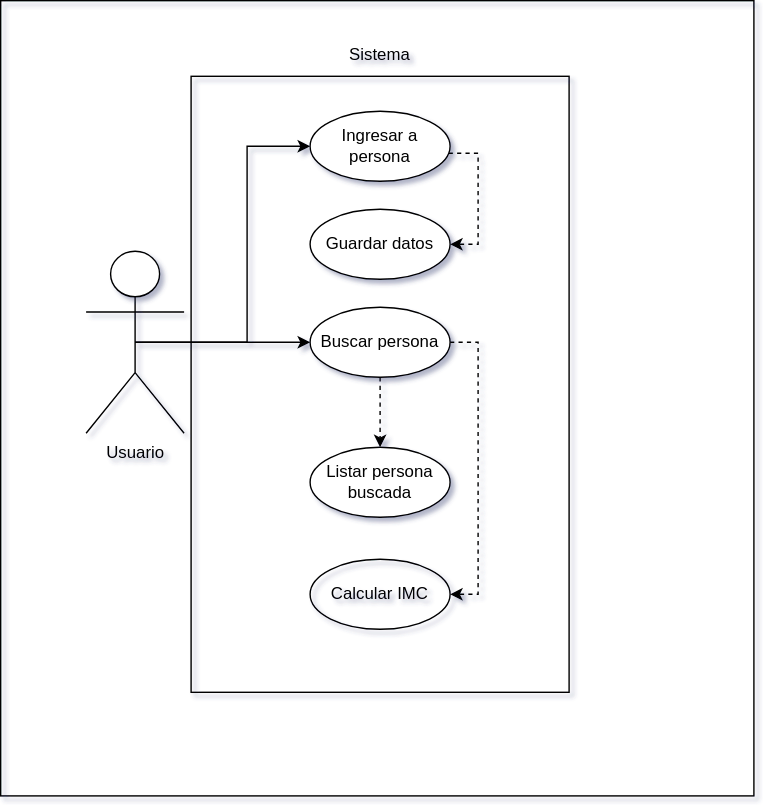
MaxIbanez/Taller1P1_MI_JC keeps this draw.io diagram as Diagramas/CasoDeUso.svg. Above is the earlier version. Source tidied: cells renumbered, new cells last; positions are measured from the earlier drawing's top-left corner, leaving out a move shared by most shapes.
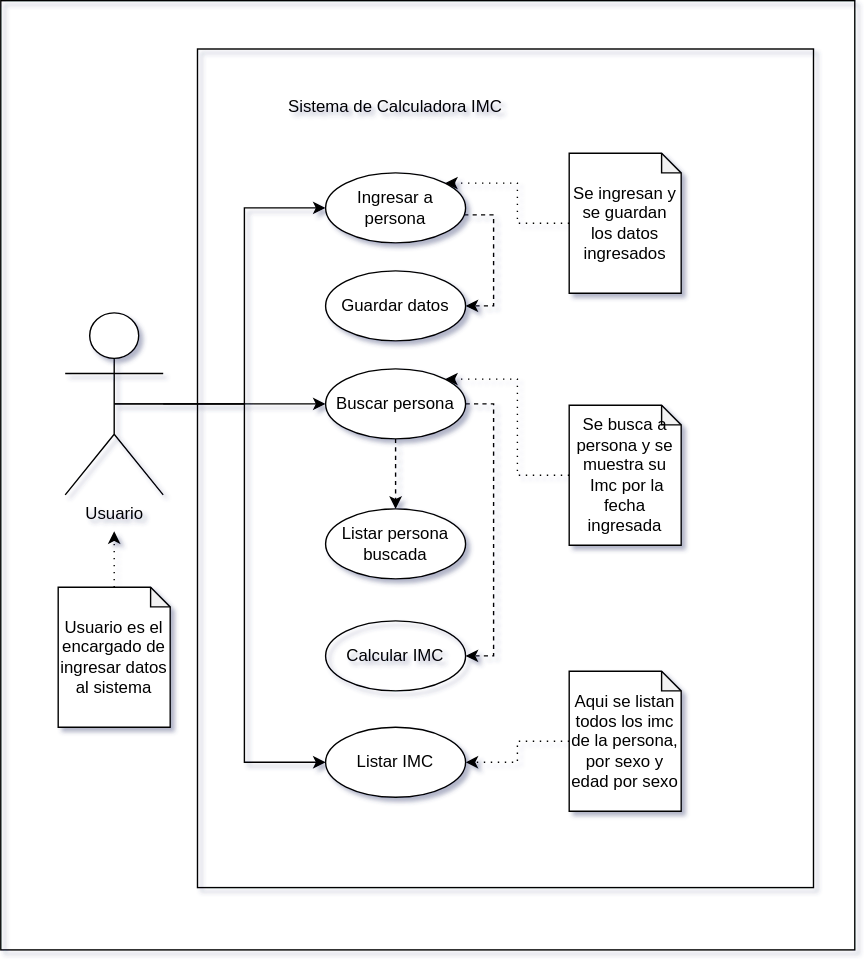
Later version of the same file.

What changed in the source:
```diff
@@ -8,8 +8,11 @@
     <mxCell id="3" style="edgeStyle=orthogonalEdgeStyle;rounded=0;jettySize=auto;html=1;exitX=0.5;exitY=0.5;exitDx=0;exitDy=0;exitPerimeter=0;entryX=0;entryY=0.5;entryDx=0;entryDy=0;" parent="1" edge="1" source="4" target="6">
       <mxGeometry relative="1" as="geometry" />
     </mxCell>
+    <mxCell id="16" style="edgeStyle=orthogonalEdgeStyle;rounded=0;jettySize=auto;html=1;entryX=0;entryY=0.5;entryDx=0;entryDy=0;" parent="1" edge="1" source="4" target="17">
+      <mxGeometry relative="1" as="geometry" />
+    </mxCell>
     <mxCell id="4" value="Usuario" style="shape=umlActor;verticalLabelPosition=bottom;verticalAlign=top;html=1;outlineConnect=0;" parent="1" vertex="1">
-      <mxGeometry x="76" y="164" width="70" height="130" as="geometry" />
+      <mxGeometry x="50" y="164" width="70" height="130" as="geometry" />
     </mxCell>
     <mxCell id="5" style="edgeStyle=orthogonalEdgeStyle;rounded=0;jettySize=auto;html=1;entryX=1;entryY=0.5;entryDx=0;entryDy=0;dashed=1;" parent="1" edge="1" source="6" target="13">
       <mxGeometry relative="1" as="geometry">
@@ -40,7 +43,7 @@
       <mxGeometry x="236" y="304" width="100" height="50" as="geometry" />
     </mxCell>
     <mxCell id="11" style="rounded=0;whiteSpace=wrap;html=1;fillColor=none;rotation=-90;" parent="1" vertex="1">
-      <mxGeometry x="66" y="124" width="440" height="270" as="geometry" />
+      <mxGeometry x="65" y="55" width="599" height="440" as="geometry" />
     </mxCell>
     <mxCell id="12" value="Calcular IMC" style="ellipse;whiteSpace=wrap;html=1;fillColor=none;" parent="1" vertex="1">
       <mxGeometry x="236" y="384" width="100" height="50" as="geometry" />
@@ -48,11 +51,40 @@
     <mxCell id="13" value="Guardar datos" style="ellipse;whiteSpace=wrap;html=1;" parent="1" vertex="1">
       <mxGeometry x="236" y="134" width="100" height="50" as="geometry" />
     </mxCell>
-    <mxCell id="14" value="Sistema" style="text;html=1;strokeColor=none;fillColor=none;align=center;verticalAlign=middle;whiteSpace=wrap;rounded=0;" parent="1" vertex="1">
-      <mxGeometry x="246" y="14" width="80" height="20" as="geometry" />
+    <mxCell id="14" value="Sistema de Calculadora IMC" style="text;html=1;strokeColor=none;fillColor=none;align=center;verticalAlign=middle;whiteSpace=wrap;rounded=0;" parent="1" vertex="1">
+      <mxGeometry x="204" width="164" height="34" as="geometry" />
     </mxCell>
     <mxCell id="15" style="rounded=0;whiteSpace=wrap;html=1;fillColor=none;rotation=-90;" parent="1" vertex="1">
-      <mxGeometry width="568" height="538" as="geometry" />
+      <mxGeometry x="-30" y="-25" width="678" height="610" as="geometry" />
     </mxCell>
+    <mxCell id="17" value="Listar IMC" style="ellipse;whiteSpace=wrap;html=1;" parent="1" vertex="1">
+      <mxGeometry x="236" y="460" width="100" height="50" as="geometry" />
+    </mxCell>
+    <mxCell id="18" style="edgeStyle=orthogonalEdgeStyle;rounded=0;jettySize=auto;html=1;entryX=1;entryY=0.5;entryDx=0;entryDy=0;dashed=1;dashPattern=1 4;" parent="1" edge="1" source="19" target="17">
+      <mxGeometry relative="1" as="geometry" />
+    </mxCell>
+    <mxCell id="19" value="Aqui se listan todos los imc de la persona, por sexo y edad por sexo" style="shape=note;whiteSpace=wrap;html=1;backgroundOutline=1;darkOpacity=0.05;size=14;" parent="1" vertex="1">
+      <mxGeometry x="410" y="420" width="80" height="100" as="geometry" />
+    </mxCell>
+    <mxCell id="20" style="edgeStyle=orthogonalEdgeStyle;rounded=0;jettySize=auto;html=1;entryX=1;entryY=0;entryDx=0;entryDy=0;dashed=1;dashPattern=1 4;" parent="1" edge="1" source="21" target="9">
+      <mxGeometry relative="1" as="geometry" />
+    </mxCell>
+    <mxCell id="21" value="Se busca a persona y se muestra su&lt;br&gt;&amp;nbsp;Imc por la fecha ingresada" style="shape=note;whiteSpace=wrap;html=1;backgroundOutline=1;darkOpacity=0.05;size=14;" parent="1" vertex="1">
+      <mxGeometry x="410" y="230" width="80" height="100" as="geometry" />
+    </mxCell>
+    <mxCell id="22" style="edgeStyle=orthogonalEdgeStyle;rounded=0;jettySize=auto;html=1;entryX=1;entryY=0;entryDx=0;entryDy=0;dashed=1;dashPattern=1 4;" parent="1" edge="1" source="23" target="6">
+      <mxGeometry relative="1" as="geometry" />
+    </mxCell>
+    <mxCell id="23" value="Se ingresan y se guardan los datos ingresados" style="shape=note;whiteSpace=wrap;html=1;backgroundOutline=1;darkOpacity=0.05;size=14;" parent="1" vertex="1">
+      <mxGeometry x="410" y="50" width="80" height="100" as="geometry" />
+    </mxCell>
+    <mxCell id="24" style="edgeStyle=orthogonalEdgeStyle;rounded=0;jettySize=auto;html=1;dashed=1;dashPattern=1 4;" parent="1" edge="1" source="25">
+      <mxGeometry relative="1" as="geometry">
+        <mxPoint x="85" y="320" as="targetPoint" />
+      </mxGeometry>
+    </mxCell>
+    <mxCell id="25" value="Usuario es el encargado de ingresar datos al sistema" style="shape=note;whiteSpace=wrap;html=1;backgroundOutline=1;darkOpacity=0.05;size=14;" parent="1" vertex="1">
+      <mxGeometry x="45" y="360" width="80" height="100" as="geometry" />
+    </mxCell>
   </root>
 </mxGraphModel>
```
